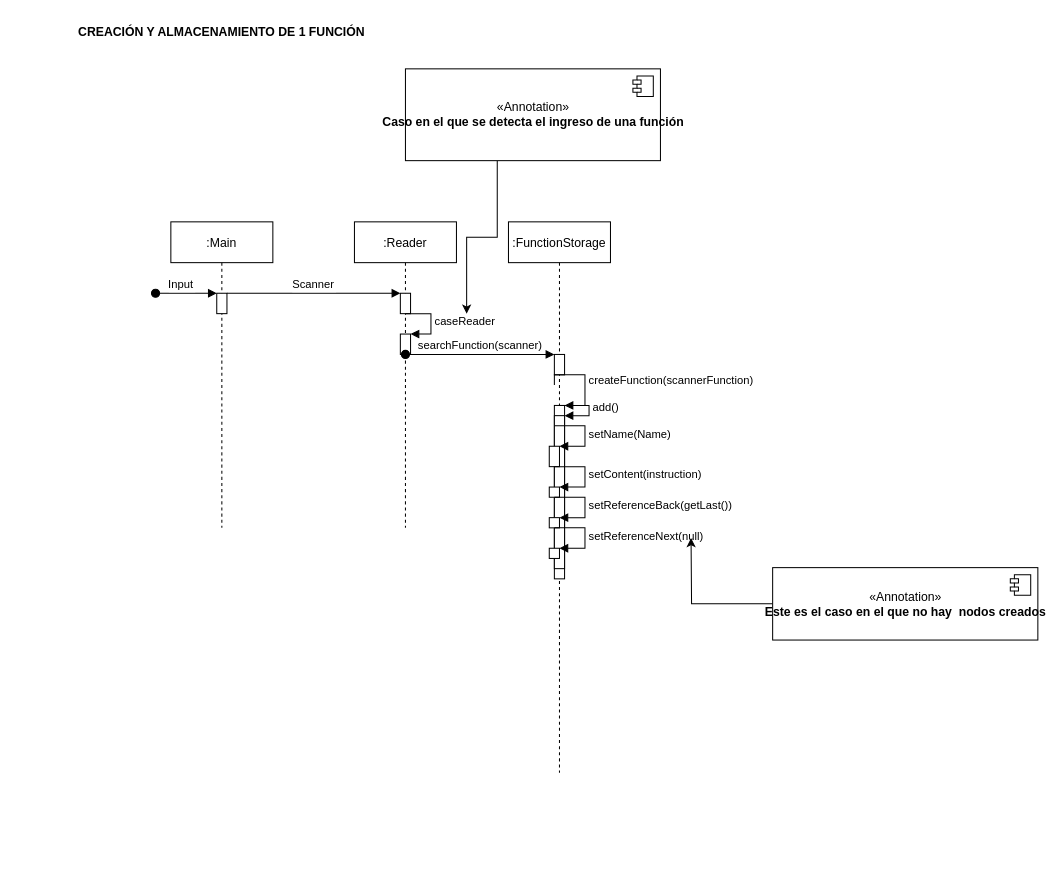
Earlier version of the draw.io diagram SequenceDiagram.drawio (DiggsPapu/Proyect1_Lisp_Interpreter). Source tidied: cells renumbered, new cells numbered last; positions are measured from the earlier drawing's top-left corner, leaving out a move shared by most shapes. Both pictures are drawn from the tidied source at 102%, with x=0, y=0 at pixel (79, 17).
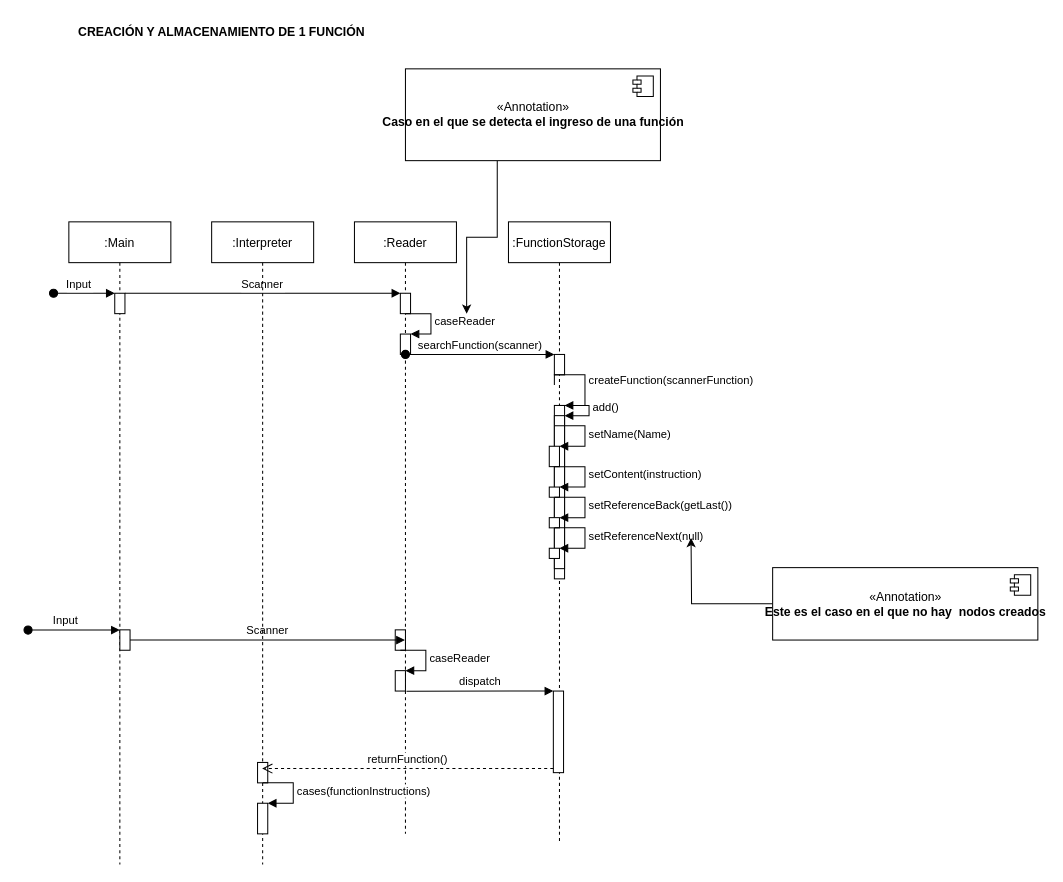
After the change.

Diff of the diagram source:
```diff
@@
     <mxCell id="2" value=":Main" style="shape=umlLifeline;perimeter=lifelinePerimeter;rounded=0;shadow=0;strokeWidth=1;" parent="1" vertex="1">
-      <mxGeometry x="90" y="200" width="100" height="300" as="geometry" />
+      <mxGeometry x="-10" y="200" width="100" height="630" as="geometry" />
     </mxCell>
@@
+    <mxCell id="32" style="points=[];perimeter=orthogonalPerimeter;rounded=0;shadow=0;strokeWidth=1;" parent="2" vertex="1">
+      <mxGeometry x="50" y="400" width="10" height="20" as="geometry" />
+    </mxCell>
+    <mxCell id="33" value="Input" style="verticalAlign=bottom;startArrow=oval;endArrow=block;startSize=8;shadow=0;strokeWidth=1;exitX=0.5;exitY=0.69;exitDx=0;exitDy=0;exitPerimeter=0;" parent="2" edge="1" target="32">
+      <mxGeometry x="-0.17" relative="1" as="geometry">
+        <mxPoint x="-40" y="400.2" as="sourcePoint" />
+      </mxGeometry>
+    </mxCell>
     <mxCell id="5" value=":Reader" style="shape=umlLifeline;perimeter=lifelinePerimeter;rounded=0;shadow=0;strokeWidth=1;" parent="1" vertex="1">
-      <mxGeometry x="270" y="200" width="100" height="300" as="geometry" />
+      <mxGeometry x="270" y="200" width="100" height="600" as="geometry" />
     </mxCell>
@@
     <mxCell id="10" value=":FunctionStorage" style="shape=umlLifeline;perimeter=lifelinePerimeter;rounded=0;shadow=0;strokeWidth=1;" parent="1" vertex="1">
-      <mxGeometry x="421" y="200" width="100" height="540" as="geometry" />
+      <mxGeometry x="421" y="200" width="100" height="610" as="geometry" />
     </mxCell>
@@
+    <mxCell id="34" style="html=1;points=[];perimeter=orthogonalPerimeter;" parent="10" vertex="1">
+      <mxGeometry x="44" y="460" width="10" height="80" as="geometry" />
+    </mxCell>
@@
+    <mxCell id="35" style="perimeter=orthogonalPerimeter;rounded=0;shadow=0;strokeWidth=1;" parent="1" vertex="1">
+      <mxGeometry x="310" y="600" width="10" height="20" as="geometry" />
+    </mxCell>
+    <mxCell id="36" style="html=1;points=[];perimeter=orthogonalPerimeter;" parent="1" vertex="1">
+      <mxGeometry x="310" y="640" width="10" height="20" as="geometry" />
+    </mxCell>
+    <mxCell id="37" value="caseReader" style="edgeStyle=orthogonalEdgeStyle;html=1;align=left;spacingLeft=2;endArrow=block;rounded=0;entryX=1;entryY=0;" parent="1" edge="1" target="36">
+      <mxGeometry relative="1" as="geometry">
+        <mxPoint x="315" y="620" as="sourcePoint" />
+        <Array as="points">
+          <mxPoint x="340" y="620" />
+          <mxPoint x="340" y="640" />
+        </Array>
+      </mxGeometry>
+    </mxCell>
+    <mxCell id="38" value="dispatch" style="html=1;verticalAlign=bottom;endArrow=block;entryX=0;entryY=0;rounded=0;exitX=0.51;exitY=0.767;exitDx=0;exitDy=0;exitPerimeter=0;" parent="1" edge="1" source="5" target="34">
+      <mxGeometry relative="1" as="geometry" />
+    </mxCell>
+    <mxCell id="39" value="Scanner" style="verticalAlign=bottom;endArrow=block;shadow=0;strokeWidth=1;" parent="1" edge="1" source="32" target="5">
+      <mxGeometry relative="1" as="geometry" />
+    </mxCell>
+    <mxCell id="40" value=":Interpreter" style="shape=umlLifeline;perimeter=lifelinePerimeter;rounded=0;shadow=0;strokeWidth=1;" parent="1" vertex="1">
+      <mxGeometry x="130" y="200" width="100" height="630" as="geometry" />
+    </mxCell>
+    <mxCell id="41" style="perimeter=orthogonalPerimeter;rounded=0;shadow=0;strokeWidth=1;" parent="40" vertex="1">
+      <mxGeometry x="45" y="530" width="10" height="20" as="geometry" />
+    </mxCell>
+    <mxCell id="42" style="html=1;points=[];perimeter=orthogonalPerimeter;" parent="40" vertex="1">
+      <mxGeometry x="45" y="570" width="10" height="30" as="geometry" />
+    </mxCell>
+    <mxCell id="43" value="cases(functionInstructions)" style="edgeStyle=orthogonalEdgeStyle;html=1;align=left;spacingLeft=2;endArrow=block;rounded=0;entryX=1;entryY=0;" parent="40" edge="1" target="42">
+      <mxGeometry relative="1" as="geometry">
+        <mxPoint x="50" y="550" as="sourcePoint" />
+        <Array as="points">
+          <mxPoint x="80" y="550" />
+        </Array>
+      </mxGeometry>
+    </mxCell>
+    <mxCell id="44" value="returnFunction()" style="html=1;verticalAlign=bottom;endArrow=open;dashed=1;endSize=8;exitX=0;exitY=0.95;rounded=0;" parent="1" edge="1" source="34" target="40">
+      <mxGeometry relative="1" as="geometry" />
+    </mxCell>
```
